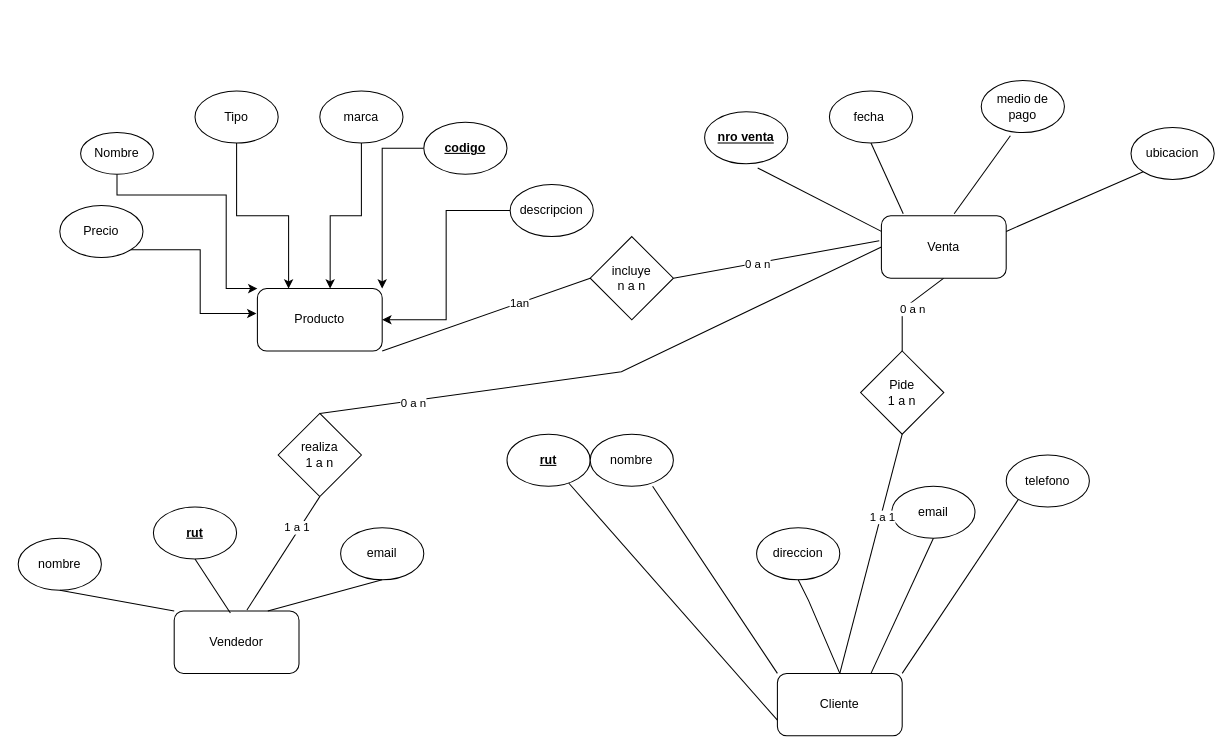
RafaUribeG/WorkgroupAndroid keeps this draw.io diagram as Untitled Diagram.drawio. Above is the earlier version. Source tidied: cells renumbered, new cells numbered last; positions are measured from the earlier drawing's top-left corner, leaving out a move shared by most shapes. Both pictures are drawn from the tidied source at 104%, with x=0, y=0 at pixel (18, 80).
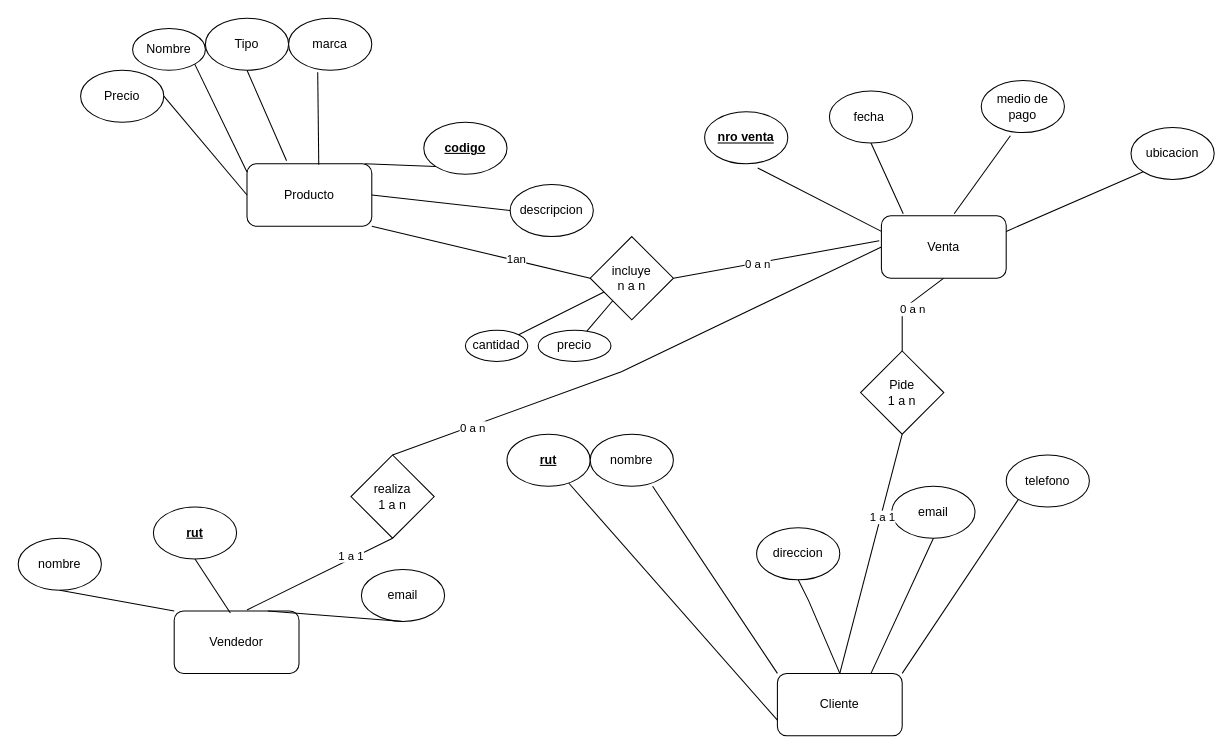
The same page after the edit.

Unchanged cells that the change refers to:
```xml
<mxCell id="12" value="&lt;u&gt;&lt;b&gt;codigo&lt;/b&gt;&lt;/u&gt;" style="ellipse;whiteSpace=wrap;html=1;" parent="1" vertex="1">
  <mxGeometry x="390" y="40" width="80" height="50" as="geometry" />
</mxCell>
<mxCell id="14" value="descripcion" style="ellipse;whiteSpace=wrap;html=1;" parent="1" vertex="1">
  <mxGeometry x="473" y="100" width="80" height="50" as="geometry" />
</mxCell>
<mxCell id="52" value="incluye&lt;br&gt;n a n" style="rhombus;whiteSpace=wrap;html=1;" parent="1" vertex="1">
  <mxGeometry x="550" y="150" width="80" height="80" as="geometry" />
</mxCell>
```

Change to the diagram source:
```diff
@@
     <mxCell id="2" value="Producto" style="rounded=1;whiteSpace=wrap;html=1;" parent="1" vertex="1">
-      <mxGeometry x="230" y="200" width="120" height="60" as="geometry" />
+      <mxGeometry x="220" y="80" width="120" height="60" as="geometry" />
     </mxCell>
-    <mxCell id="3" style="edgeStyle=orthogonalEdgeStyle;rounded=0;jettySize=auto;html=1;exitX=1;exitY=1;exitDx=0;exitDy=0;entryX=-0.008;entryY=0.4;entryDx=0;entryDy=0;entryPerimeter=0;" parent="1" edge="1" source="4" target="2">
-      <mxGeometry relative="1" as="geometry" />
-    </mxCell>
     <mxCell id="4" value="Precio" style="ellipse;whiteSpace=wrap;html=1;" parent="1" vertex="1">
-      <mxGeometry x="40" y="120" width="80" height="50" as="geometry" />
+      <mxGeometry x="60" y="-10" width="80" height="50" as="geometry" />
     </mxCell>
-    <mxCell id="5" style="edgeStyle=orthogonalEdgeStyle;rounded=0;jettySize=auto;html=1;entryX=0;entryY=0;entryDx=0;entryDy=0;" parent="1" edge="1" source="6" target="2">
-      <mxGeometry relative="1" as="geometry">
-        <Array as="points">
-          <mxPoint x="95" y="110" />
-          <mxPoint x="200" y="110" />
-          <mxPoint x="200" y="200" />
-        </Array>
-      </mxGeometry>
-    </mxCell>
     <mxCell id="6" value="Nombre" style="ellipse;whiteSpace=wrap;html=1;" parent="1" vertex="1">
-      <mxGeometry x="60" y="50" width="70" height="40" as="geometry" />
+      <mxGeometry x="110" y="-50" width="70" height="40" as="geometry" />
     </mxCell>
-    <mxCell id="7" style="edgeStyle=orthogonalEdgeStyle;rounded=0;jettySize=auto;html=1;entryX=0.25;entryY=0;entryDx=0;entryDy=0;" parent="1" edge="1" source="8" target="2">
-      <mxGeometry relative="1" as="geometry" />
-    </mxCell>
     <mxCell id="8" value="Tipo" style="ellipse;whiteSpace=wrap;html=1;" parent="1" vertex="1">
-      <mxGeometry x="170" y="10" width="80" height="50" as="geometry" />
+      <mxGeometry x="180" y="-60" width="80" height="50" as="geometry" />
     </mxCell>
-    <mxCell id="9" style="edgeStyle=orthogonalEdgeStyle;rounded=0;jettySize=auto;html=1;entryX=0.583;entryY=0;entryDx=0;entryDy=0;entryPerimeter=0;" parent="1" edge="1" source="10" target="2">
-      <mxGeometry relative="1" as="geometry" />
-    </mxCell>
     <mxCell id="10" value="marca" style="ellipse;whiteSpace=wrap;html=1;" parent="1" vertex="1">
-      <mxGeometry x="290" y="10" width="80" height="50" as="geometry" />
+      <mxGeometry x="260" y="-60" width="80" height="50" as="geometry" />
     </mxCell>
-    <mxCell id="11" style="edgeStyle=orthogonalEdgeStyle;rounded=0;jettySize=auto;html=1;entryX=1;entryY=0;entryDx=0;entryDy=0;" parent="1" edge="1" source="12" target="2">
-      <mxGeometry relative="1" as="geometry" />
-    </mxCell>
@@
-    <mxCell id="13" style="edgeStyle=orthogonalEdgeStyle;rounded=0;jettySize=auto;html=1;exitX=0;exitY=0.5;exitDx=0;exitDy=0;entryX=1;entryY=0.5;entryDx=0;entryDy=0;" parent="1" edge="1" source="14" target="2">
-      <mxGeometry relative="1" as="geometry" />
-    </mxCell>
@@
     <mxCell id="29" value="email" style="ellipse;whiteSpace=wrap;html=1;" parent="1" vertex="1">
-      <mxGeometry x="310" y="430" width="80" height="50" as="geometry" />
+      <mxGeometry x="330" y="470" width="80" height="50" as="geometry" />
     </mxCell>
@@
     <mxCell id="38" value="realiza&lt;br&gt;1 a n" style="rhombus;whiteSpace=wrap;html=1;" parent="1" vertex="1">
-      <mxGeometry x="250" y="320" width="80" height="80" as="geometry" />
+      <mxGeometry x="320" y="360" width="80" height="80" as="geometry" />
     </mxCell>
@@
+    <mxCell id="57" value="cantidad" style="ellipse;whiteSpace=wrap;html=1;" parent="1" vertex="1">
+      <mxGeometry x="430" y="240" width="60" height="30" as="geometry" />
+    </mxCell>
+    <mxCell id="58" value="precio" style="ellipse;whiteSpace=wrap;html=1;" parent="1" vertex="1">
+      <mxGeometry x="500" y="240" width="70" height="30" as="geometry" />
+    </mxCell>
+    <mxCell id="59" style="endArrow=none;html=1;rounded=0;exitX=1;exitY=0;exitDx=0;exitDy=0;" parent="1" edge="1" source="57" target="52">
+      <mxGeometry relative="1" as="geometry" />
+    </mxCell>
+    <mxCell id="60" style="endArrow=none;html=1;rounded=0;" parent="1" edge="1" source="58" target="52">
+      <mxGeometry relative="1" as="geometry" />
+    </mxCell>
+    <mxCell id="61" style="endArrow=none;html=1;rounded=0;entryX=1;entryY=0.5;entryDx=0;entryDy=0;exitX=0;exitY=0.5;exitDx=0;exitDy=0;" parent="1" edge="1" source="2" target="4">
+      <mxGeometry relative="1" as="geometry" />
+    </mxCell>
+    <mxCell id="62" style="endArrow=none;html=1;rounded=0;entryX=1;entryY=1;entryDx=0;entryDy=0;exitX=0;exitY=0.133;exitDx=0;exitDy=0;exitPerimeter=0;" parent="1" edge="1" source="2" target="6">
+      <mxGeometry relative="1" as="geometry" />
+    </mxCell>
+    <mxCell id="63" style="endArrow=none;html=1;rounded=0;entryX=0.5;entryY=1;entryDx=0;entryDy=0;exitX=0.317;exitY=-0.05;exitDx=0;exitDy=0;exitPerimeter=0;" parent="1" edge="1" source="2" target="8">
+      <mxGeometry relative="1" as="geometry" />
+    </mxCell>
+    <mxCell id="64" style="endArrow=none;html=1;rounded=0;exitX=0.575;exitY=0.017;exitDx=0;exitDy=0;exitPerimeter=0;entryX=0.35;entryY=1.04;entryDx=0;entryDy=0;entryPerimeter=0;" parent="1" edge="1" source="2" target="10">
+      <mxGeometry relative="1" as="geometry" />
+    </mxCell>
+    <mxCell id="65" style="endArrow=none;html=1;rounded=0;exitX=0.942;exitY=0;exitDx=0;exitDy=0;exitPerimeter=0;entryX=0;entryY=1;entryDx=0;entryDy=0;" parent="1" edge="1" source="2" target="12">
+      <mxGeometry relative="1" as="geometry" />
+    </mxCell>
+    <mxCell id="66" style="endArrow=none;html=1;rounded=0;exitX=1;exitY=0.5;exitDx=0;exitDy=0;entryX=0;entryY=0.5;entryDx=0;entryDy=0;" parent="1" edge="1" source="2" target="14">
+      <mxGeometry relative="1" as="geometry" />
+    </mxCell>
```
